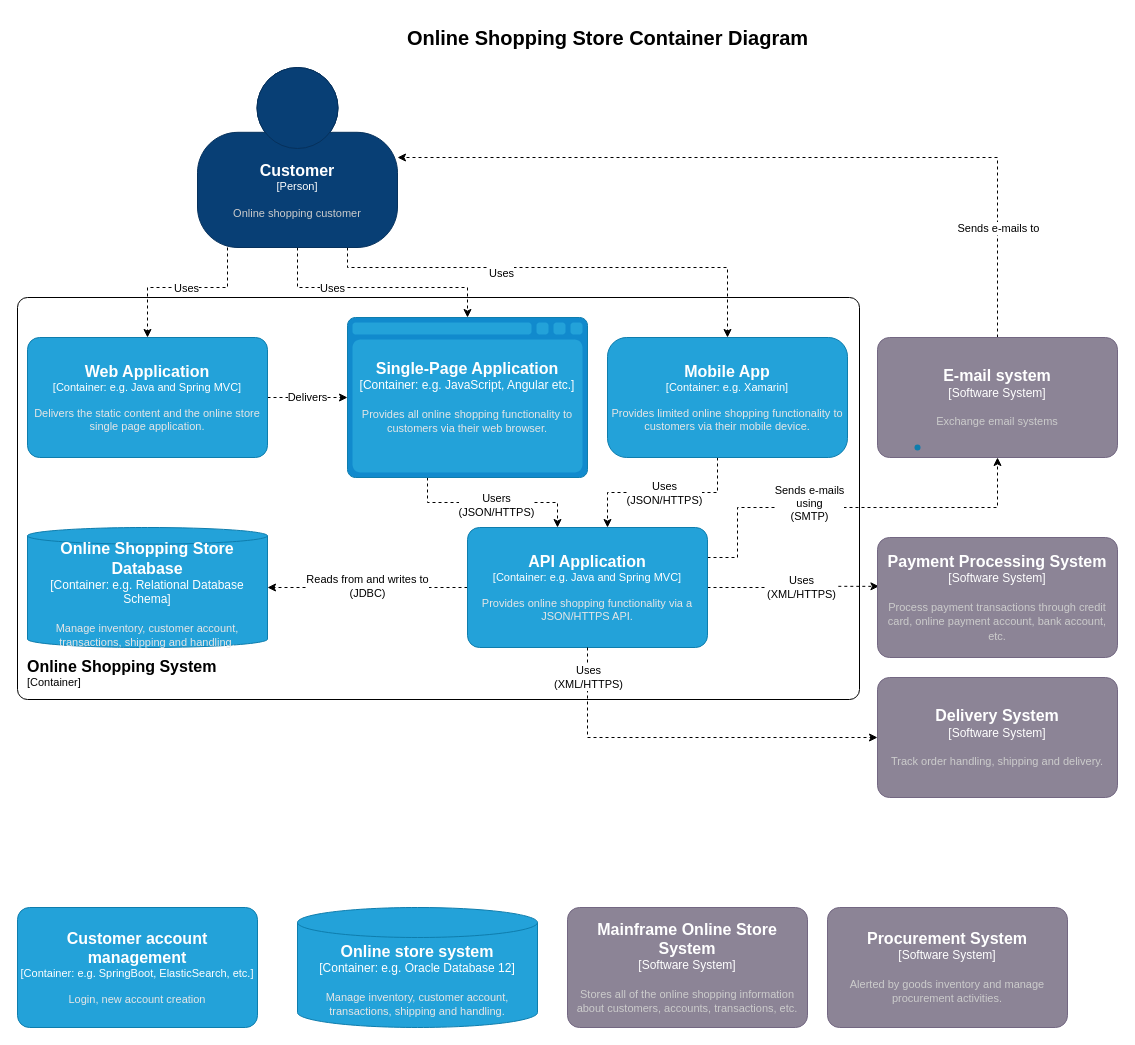
This is OnlingShoppingStoreSystemDiagram.drawio from ilvfruits/hello-world, a draw.io file, before an edit. Source tidied: cells renumbered, new cells numbered last; positions are measured from the earlier drawing's top-left corner, leaving out a move shared by most shapes. Both pictures are drawn from the tidied source at 100%, with x=0, y=0 at pixel (17, 17).
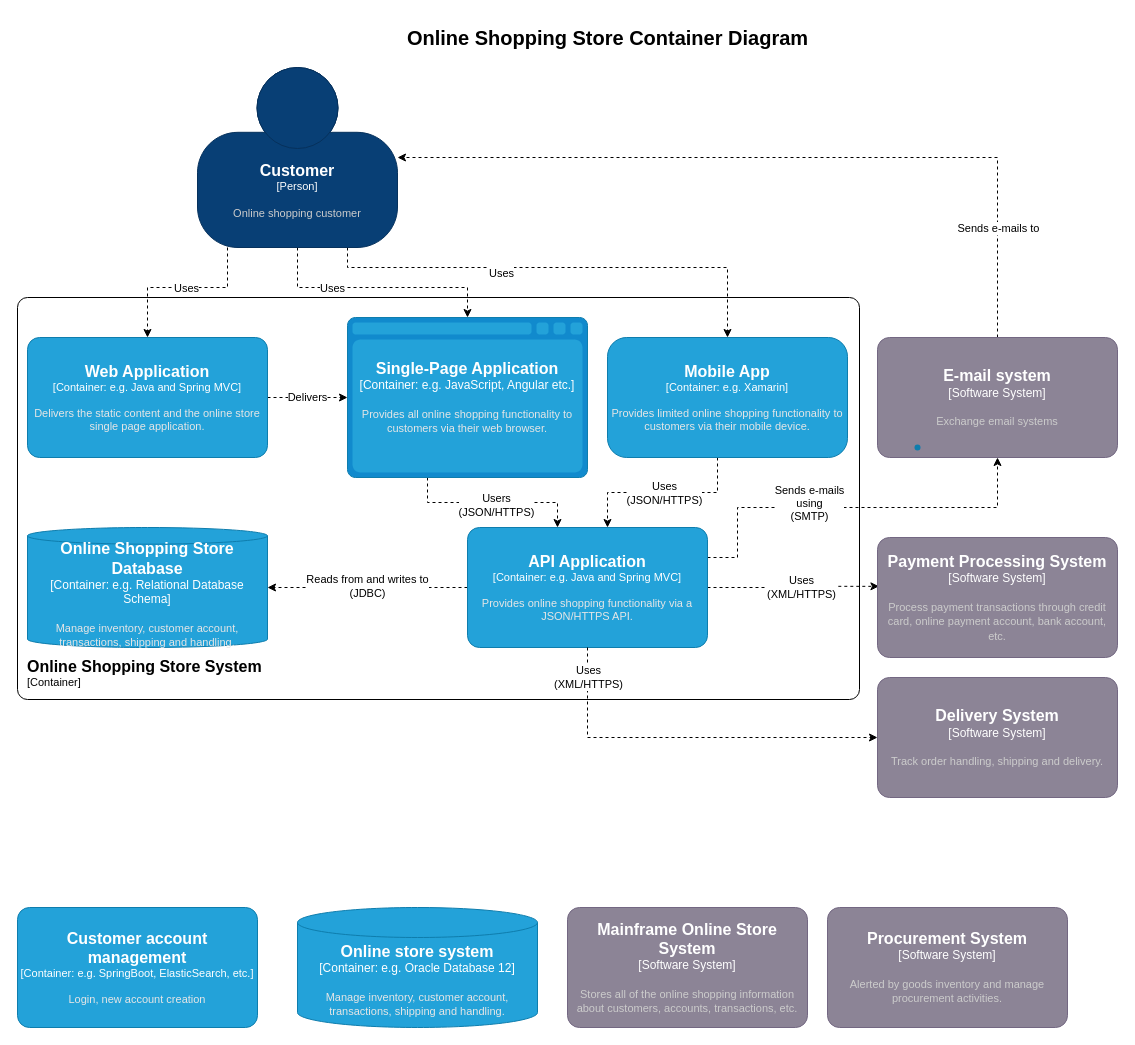
After the change.

Change to the diagram source:
```diff
@@
-    <object id="2" label="&lt;font style=&quot;font-size: 16px&quot;&gt;&lt;b&gt;&lt;div style=&quot;text-align: left&quot;&gt;%c4Name%&lt;/div&gt;&lt;/b&gt;&lt;/font&gt;&lt;div style=&quot;text-align: left&quot;&gt;[%c4Application%]&lt;/div&gt;" c4Application="Container" c4Name="Online Shopping System" placeholders="1">
+    <object id="2" label="&lt;font style=&quot;font-size: 16px&quot;&gt;&lt;b&gt;&lt;div style=&quot;text-align: left&quot;&gt;%c4Name%&lt;/div&gt;&lt;/b&gt;&lt;/font&gt;&lt;div style=&quot;text-align: left&quot;&gt;[%c4Application%]&lt;/div&gt;" c4Application="Container" c4Name="Online Shopping Store System" placeholders="1">
       <mxCell style="rounded=1;fontSize=11;whiteSpace=wrap;html=1;arcSize=20;labelBackgroundColor=none;align=left;verticalAlign=bottom;labelBorderColor=none;spacingTop=0;spacing=10;perimeter=rectanglePerimeter;noLabel=0;labelPadding=0;absoluteArcSize=1;" parent="1" vertex="1">
         <mxGeometry y="280" width="842" height="402" as="geometry" />
       </mxCell>
     </object>
```
